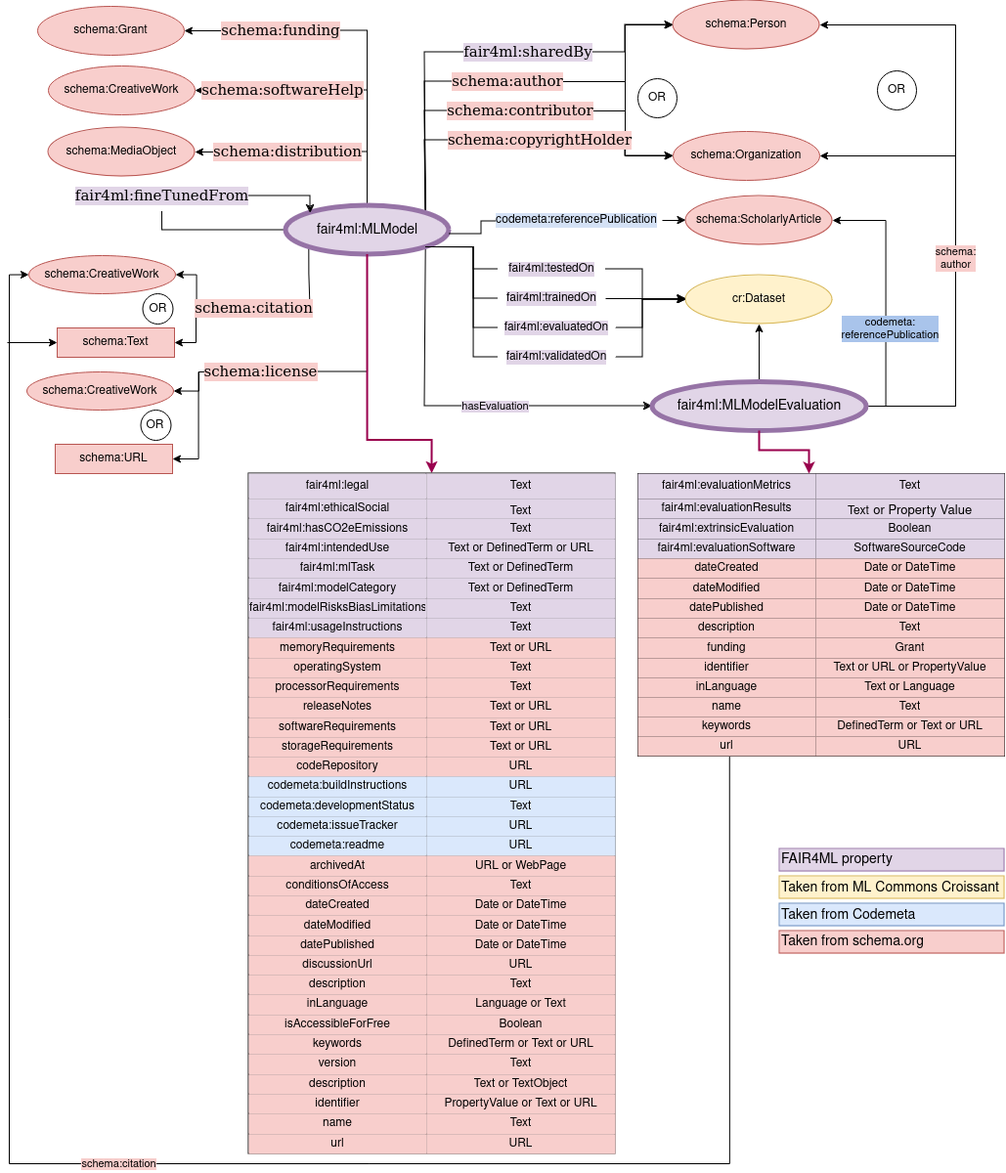
RDA-FAIR4ML/FAIR4ML-schema keeps this draw.io diagram as release/0.1.0/img/MLModel schema.drawio.png. Above is the earlier version. Source tidied: cells renumbered, new cells last; positions are measured from the earlier drawing's top-left corner, leaving out a move shared by most shapes.
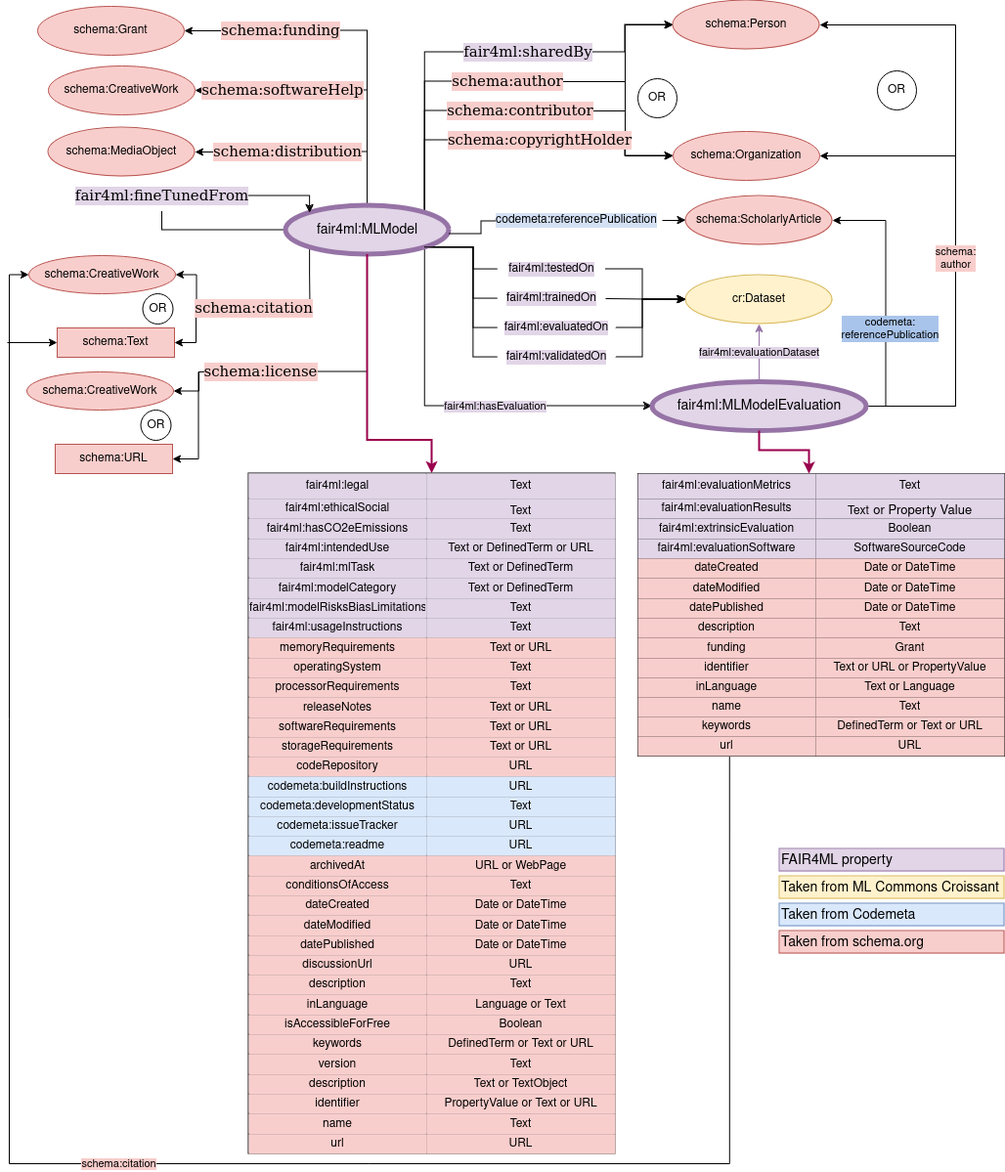
The same file after the commit.

Change to the diagram source:
```diff
@@ -57,7 +57,7 @@
     <mxCell id="14" style="edgeStyle=orthogonalEdgeStyle;rounded=0;jettySize=auto;html=1;exitX=0.5;exitY=1;exitDx=0;exitDy=0;entryX=1;entryY=0.5;entryDx=0;entryDy=0;endArrow=none;endFill=0;" parent="1" edge="1" source="16" target="171">
       <mxGeometry relative="1" as="geometry" />
     </mxCell>
-    <mxCell id="15" value="&lt;span style=&quot;background-color: rgb(225, 213, 231);&quot;&gt;hasEvaluation&lt;/span&gt;" style="edgeStyle=orthogonalEdgeStyle;rounded=0;jettySize=auto;html=1;exitX=1;exitY=1;exitDx=0;exitDy=0;entryX=0;entryY=0.5;entryDx=0;entryDy=0;" parent="1" edge="1" source="16" target="179">
+    <mxCell id="15" value="&lt;span style=&quot;background-color: rgb(225, 213, 231);&quot;&gt;fair4ml:hasEvaluation&lt;/span&gt;" style="edgeStyle=orthogonalEdgeStyle;rounded=0;jettySize=auto;html=1;exitX=1;exitY=1;exitDx=0;exitDy=0;entryX=0;entryY=0.5;entryDx=0;entryDy=0;" parent="1" edge="1" source="16" target="179">
       <mxGeometry x="0.19" relative="1" as="geometry">
         <Array as="points">
           <mxPoint x="427" y="415" />
@@ -600,7 +600,7 @@
     <mxCell id="175" value="codemeta:&lt;br&gt;referencePublication" style="edgeLabel;html=1;align=center;verticalAlign=middle;labelBackgroundColor=#A9C4EB;" parent="174" vertex="1">
       <mxGeometry x="-0.25" y="-4" relative="1" as="geometry" />
     </mxCell>
-    <mxCell id="176" style="edgeStyle=orthogonalEdgeStyle;rounded=0;jettySize=auto;html=1;exitX=0.5;exitY=0;exitDx=0;exitDy=0;entryX=0.5;entryY=1;entryDx=0;entryDy=0;" parent="1" edge="1" source="179" target="17">
+    <mxCell id="176" value="&lt;span style=&quot;background-color: rgb(225, 213, 231);&quot;&gt;fair4ml:evaluationDataset&lt;/span&gt;" style="edgeStyle=orthogonalEdgeStyle;rounded=0;jettySize=auto;html=1;exitX=0.5;exitY=0;exitDx=0;exitDy=0;entryX=0.5;entryY=1;entryDx=0;entryDy=0;fillColor=#e1d5e7;strokeColor=#9673a6;" parent="1" edge="1" source="179" target="17">
       <mxGeometry relative="1" as="geometry" />
     </mxCell>
     <mxCell id="177" style="edgeStyle=orthogonalEdgeStyle;rounded=0;jettySize=auto;html=1;exitX=1;exitY=0.5;exitDx=0;exitDy=0;entryX=1;entryY=0.5;entryDx=0;entryDy=0;" parent="1" edge="1" source="179" target="33">
```
